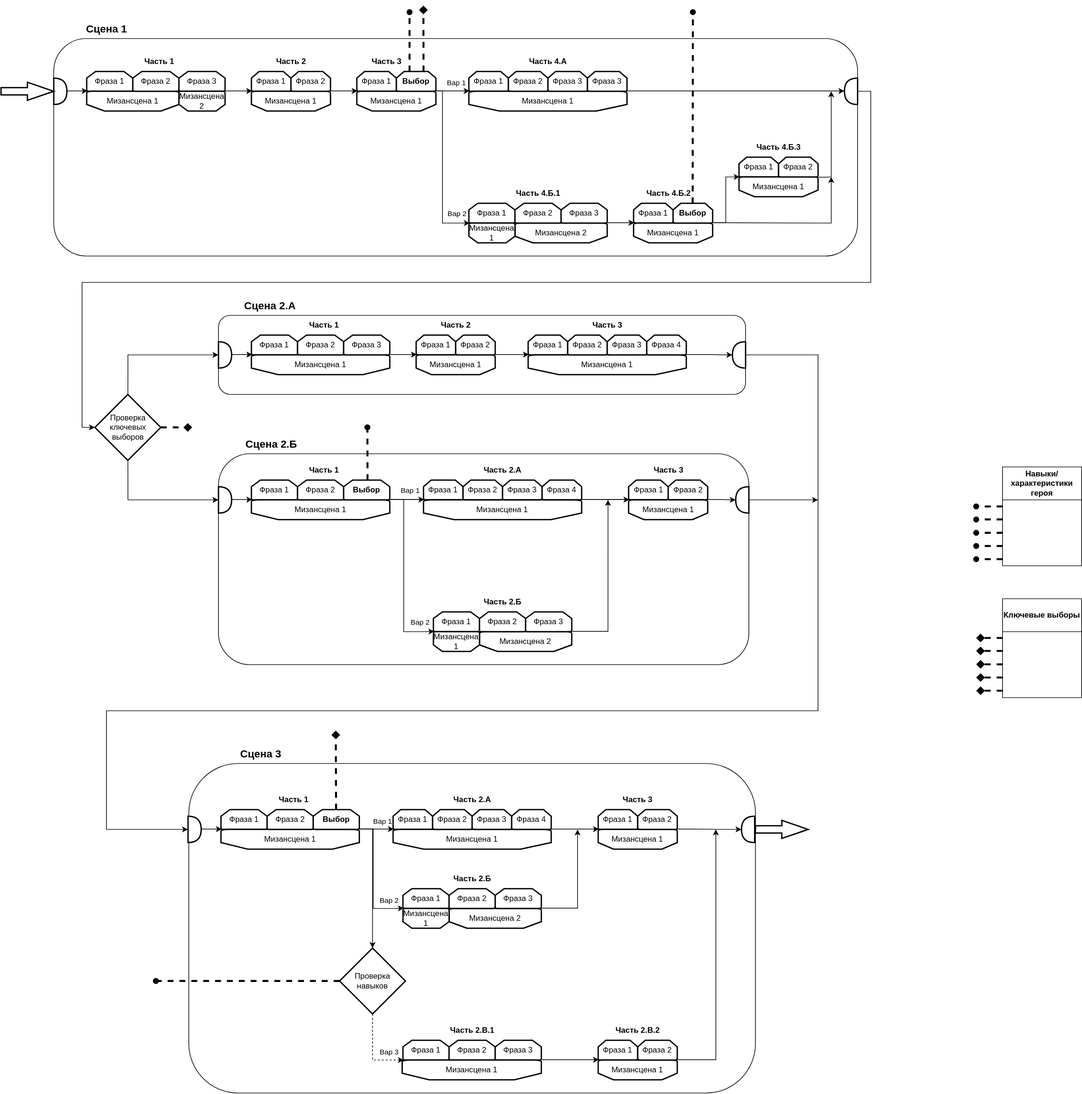
mark3317/novel-game keeps this draw.io diagram as story_structure.svg. Above is the earlier version. Source tidied: cells renumbered, new cells last; positions are measured from the earlier drawing's top-left corner, leaving out a move shared by most shapes.
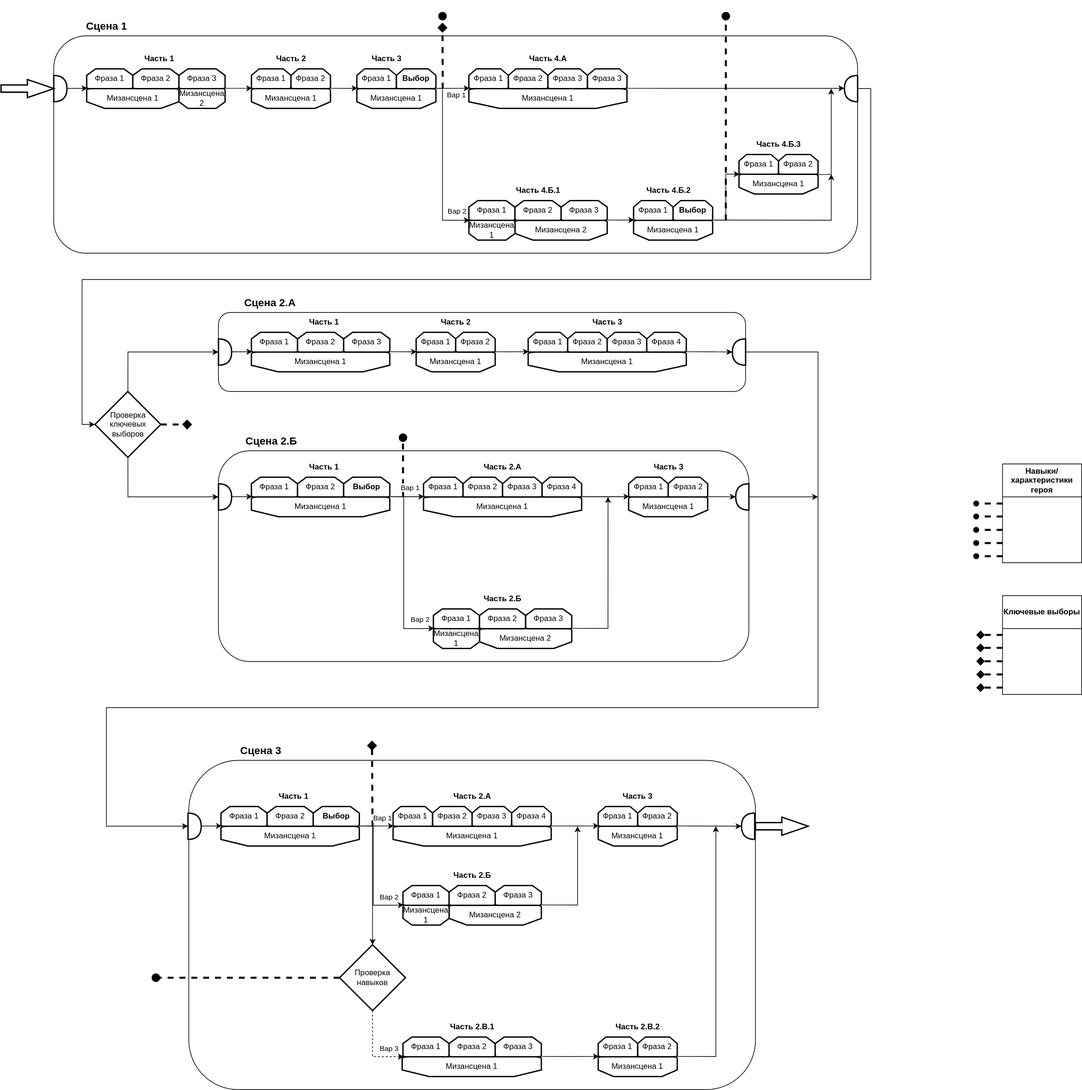
Above is the later version.

Commit message:
feat: диаграмма структуры сюжета

Change to the diagram source:
```diff
@@ -118,7 +118,7 @@
     </mxCell>
     <mxCell id="35" value="Вар 1" style="edgeLabel;html=1;align=center;verticalAlign=middle;" parent="34" vertex="1">
       <mxGeometry x="0.06" y="1" relative="1" as="geometry">
-        <mxPoint x="4" y="-12" as="offset" />
+        <mxPoint x="4" y="11" as="offset" />
       </mxGeometry>
     </mxCell>
     <mxCell id="36" style="edgeStyle=orthogonalEdgeStyle;rounded=0;jettySize=auto;html=1;exitX=0.98;exitY=0.985;exitDx=0;exitDy=0;exitPerimeter=0;entryX=0.02;entryY=0.985;entryDx=0;entryDy=0;entryPerimeter=0;" parent="1" edge="1" source="18" target="29">
@@ -506,25 +506,25 @@
         <mxPoint x="1480" y="959.5" as="targetPoint" />
       </mxGeometry>
     </mxCell>
-    <mxCell id="122" style="endArrow=oval;dashed=1;html=1;rounded=0;strokeWidth=3;endFill=1;exitX=0.5;exitY=0;exitDx=0;exitDy=0;exitPerimeter=0;" parent="1" edge="1">
+    <mxCell id="122" style="endArrow=oval;dashed=1;html=1;rounded=0;strokeWidth=3;endFill=1;exitX=0.5;exitY=0;exitDx=0;exitDy=0;exitPerimeter=0;endSize=10;" parent="1" edge="1">
       <mxGeometry relative="1" as="geometry">
-        <mxPoint x="620" y="100" as="sourcePoint" />
-        <mxPoint x="620" y="10" as="targetPoint" />
+        <mxPoint x="670.3" y="130" as="sourcePoint" />
+        <mxPoint x="670" y="20" as="targetPoint" />
       </mxGeometry>
     </mxCell>
-    <mxCell id="123" style="endArrow=diamond;dashed=1;html=1;rounded=0;strokeWidth=3;endFill=1;exitX=0.5;exitY=0;exitDx=0;exitDy=0;exitPerimeter=0;" parent="1" edge="1">
+    <mxCell id="123" style="endArrow=diamond;dashed=1;html=1;rounded=0;strokeWidth=3;endFill=1;endSize=8;" parent="1" edge="1">
       <mxGeometry relative="1" as="geometry">
-        <mxPoint x="641.2" y="100" as="sourcePoint" />
-        <mxPoint x="641" as="targetPoint" />
+        <mxPoint x="670" y="40" as="sourcePoint" />
+        <mxPoint x="670" y="30" as="targetPoint" />
       </mxGeometry>
     </mxCell>
-    <mxCell id="124" style="endArrow=oval;dashed=1;html=1;rounded=0;strokeWidth=3;endFill=1;exitX=0.5;exitY=0;exitDx=0;exitDy=0;exitPerimeter=0;" parent="1" edge="1">
+    <mxCell id="124" style="endArrow=oval;dashed=1;html=1;rounded=0;strokeWidth=3;endFill=1;exitX=0.5;exitY=0;exitDx=0;exitDy=0;exitPerimeter=0;endSize=10;" parent="1" edge="1">
       <mxGeometry relative="1" as="geometry">
-        <mxPoint x="1049.7" y="300" as="sourcePoint" />
-        <mxPoint x="1050" y="10" as="targetPoint" />
+        <mxPoint x="1100" y="330" as="sourcePoint" />
+        <mxPoint x="1100" y="20" as="targetPoint" />
       </mxGeometry>
     </mxCell>
-    <mxCell id="125" style="endArrow=diamond;dashed=1;html=1;rounded=0;strokeWidth=3;endFill=1;exitX=1;exitY=0.5;exitDx=0;exitDy=0;exitPerimeter=0;" parent="1" edge="1" source="108">
+    <mxCell id="125" style="endArrow=diamond;dashed=1;html=1;rounded=0;strokeWidth=3;endFill=1;exitX=1;exitY=0.5;exitDx=0;exitDy=0;exitPerimeter=0;endSize=8;" parent="1" edge="1" source="108">
       <mxGeometry relative="1" as="geometry">
         <mxPoint x="290" y="640" as="targetPoint" />
       </mxGeometry>
@@ -643,10 +643,10 @@
         </Array>
       </mxGeometry>
     </mxCell>
-    <mxCell id="155" style="endArrow=oval;dashed=1;html=1;rounded=0;strokeWidth=3;endFill=1;exitX=0.5;exitY=0;exitDx=0;exitDy=0;exitPerimeter=0;" parent="1" edge="1">
+    <mxCell id="155" style="endArrow=oval;dashed=1;html=1;rounded=0;strokeWidth=3;endFill=1;exitX=0.5;exitY=0;exitDx=0;exitDy=0;exitPerimeter=0;endSize=10;" parent="1" edge="1">
       <mxGeometry relative="1" as="geometry">
-        <mxPoint x="556.2" y="720" as="sourcePoint" />
-        <mxPoint x="556" y="640" as="targetPoint" />
+        <mxPoint x="610.2" y="750" as="sourcePoint" />
+        <mxPoint x="610" y="660" as="targetPoint" />
       </mxGeometry>
     </mxCell>
     <mxCell id="156" value="Фраза 2" style="strokeWidth=2;html=1;shape=mxgraph.flowchart.loop_limit;whiteSpace=wrap;" parent="1" vertex="1">
@@ -721,13 +721,13 @@
         </Array>
       </mxGeometry>
     </mxCell>
-    <mxCell id="172" style="endArrow=diamond;dashed=1;html=1;rounded=0;strokeWidth=3;endFill=1;exitX=0.5;exitY=0;exitDx=0;exitDy=0;exitPerimeter=0;" parent="1" edge="1">
+    <mxCell id="172" style="endArrow=diamond;dashed=1;html=1;rounded=0;strokeWidth=3;endFill=1;exitX=0.5;exitY=0;exitDx=0;exitDy=0;exitPerimeter=0;endSize=8;" parent="1" edge="1">
       <mxGeometry relative="1" as="geometry">
-        <mxPoint x="508.5" y="1220" as="sourcePoint" />
-        <mxPoint x="508" y="1100" as="targetPoint" />
+        <mxPoint x="563.8" y="1250" as="sourcePoint" />
+        <mxPoint x="563" y="1120" as="targetPoint" />
       </mxGeometry>
     </mxCell>
-    <mxCell id="173" style="endArrow=oval;dashed=1;html=1;rounded=0;strokeWidth=3;endFill=1;exitX=0;exitY=0.5;exitDx=0;exitDy=0;exitPerimeter=0;" parent="1" edge="1" source="163">
+    <mxCell id="173" style="endArrow=oval;dashed=1;html=1;rounded=0;strokeWidth=3;endFill=1;exitX=0;exitY=0.5;exitDx=0;exitDy=0;exitPerimeter=0;endSize=10;" parent="1" edge="1" source="163">
       <mxGeometry relative="1" as="geometry">
         <mxPoint x="235" y="1480" as="targetPoint" />
       </mxGeometry>
```
